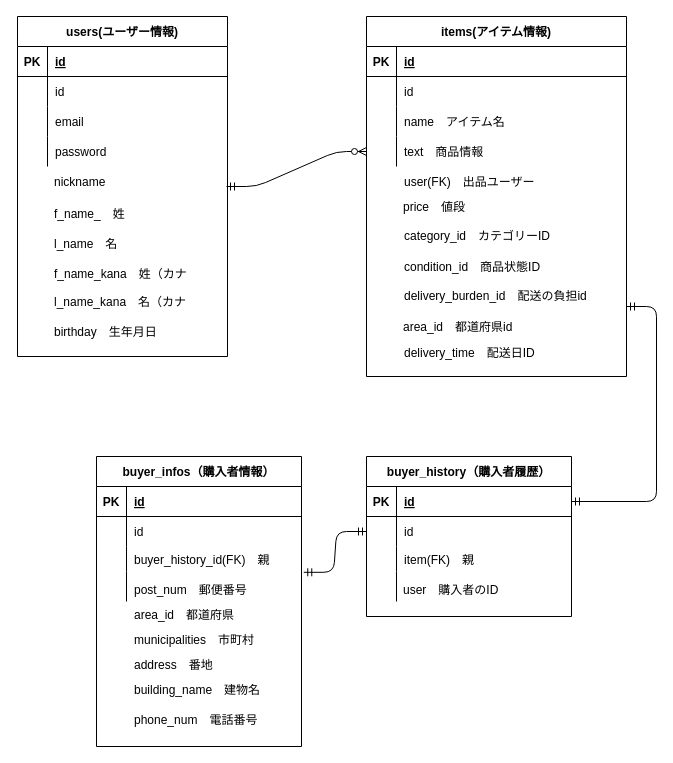
The draw.io diagram config/DB.dio in waaawoo/furima-34760, before the edit. Source tidied: cells renumbered, new cells numbered last; positions are measured from the earlier drawing's top-left corner, leaving out a move shared by most shapes. Both pictures are drawn from the tidied source at 100%, with x=0, y=0 at pixel (16, 16).
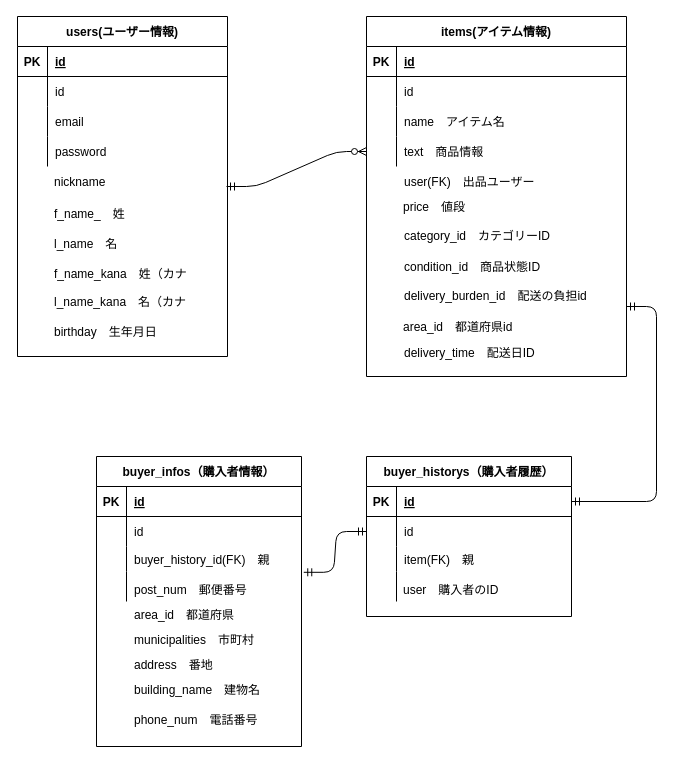
The same diagram, later.

Diff of the diagram source:
```diff
@@
-    <mxCell id="34" value="buyer_history（購入者履歴）" style="shape=table;startSize=30;childLayout=tableLayout;rowLines=0;fontStyle=1;align=center;" parent="1" vertex="1">
+    <mxCell id="34" value="buyer_historys（購入者履歴）" style="shape=table;startSize=30;childLayout=tableLayout;rowLines=0;fontStyle=1;align=center;" parent="1" vertex="1">
       <mxGeometry x="350" y="440" width="205" height="160" as="geometry" />
     </mxCell>
```
